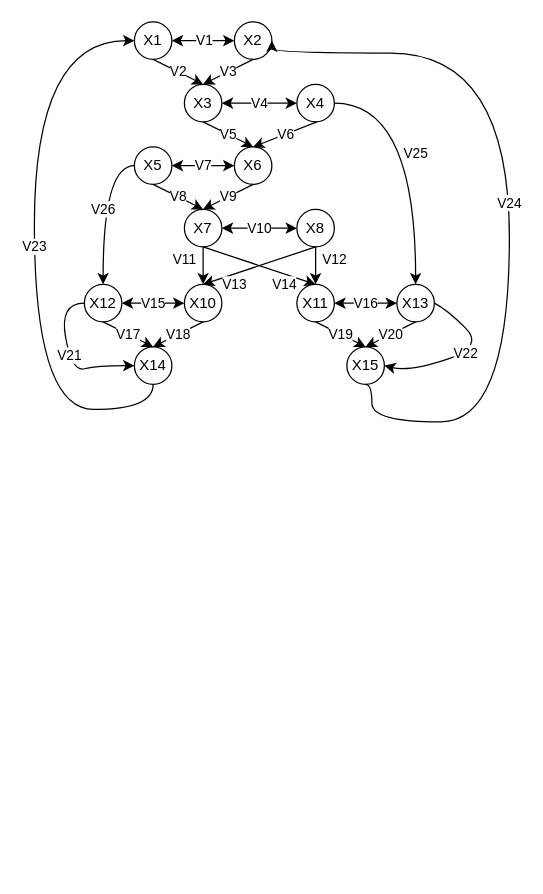
Adamarthis/labs keeps this draw.io diagram as графдискретка.drawio. Above is the earlier version. Source tidied: cells renumbered, new cells numbered last; positions are measured from the earlier drawing's top-left corner, leaving out a move shared by most shapes. Both pictures are drawn from the tidied source at 125%, with x=0, y=0 at pixel (34, 21).
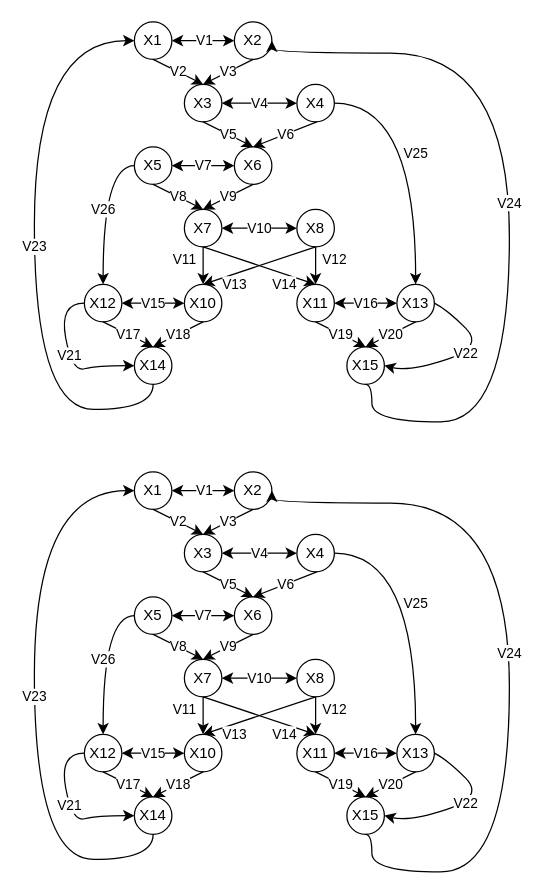
The same page after the edit.

Change to the diagram source:
```diff
@@
+    <mxCell id="43" value="X1" style="ellipse;whiteSpace=wrap;html=1;" parent="1" vertex="1">
+      <mxGeometry x="80" y="360" width="30" height="30" as="geometry" />
+    </mxCell>
+    <mxCell id="44" value="X2" style="ellipse;whiteSpace=wrap;html=1;" parent="1" vertex="1">
+      <mxGeometry x="160" y="360" width="30" height="30" as="geometry" />
+    </mxCell>
+    <mxCell id="45" value="X3" style="ellipse;whiteSpace=wrap;html=1;" parent="1" vertex="1">
+      <mxGeometry x="120" y="410" width="30" height="30" as="geometry" />
+    </mxCell>
+    <mxCell id="46" value="V25" style="edgeStyle=orthogonalEdgeStyle;rounded=0;jettySize=auto;html=1;entryX=0.5;entryY=0;entryDx=0;entryDy=0;curved=1;" parent="1" edge="1" source="47" target="56">
+      <mxGeometry relative="1" as="geometry" />
+    </mxCell>
+    <mxCell id="47" value="X4" style="ellipse;whiteSpace=wrap;html=1;" parent="1" vertex="1">
+      <mxGeometry x="210" y="410" width="30" height="30" as="geometry" />
+    </mxCell>
+    <mxCell id="48" value="X6" style="ellipse;whiteSpace=wrap;html=1;" parent="1" vertex="1">
+      <mxGeometry x="160" y="460" width="30" height="30" as="geometry" />
+    </mxCell>
+    <mxCell id="49" value="X7" style="ellipse;whiteSpace=wrap;html=1;" parent="1" vertex="1">
+      <mxGeometry x="120" y="510" width="30" height="30" as="geometry" />
+    </mxCell>
+    <mxCell id="50" value="V26" style="edgeStyle=orthogonalEdgeStyle;rounded=0;jettySize=auto;html=1;exitX=0;exitY=0.5;exitDx=0;exitDy=0;entryX=0.5;entryY=0;entryDx=0;entryDy=0;curved=1;" parent="1" edge="1" source="51" target="52">
+      <mxGeometry relative="1" as="geometry" />
+    </mxCell>
+    <mxCell id="51" value="X5" style="ellipse;whiteSpace=wrap;html=1;" parent="1" vertex="1">
+      <mxGeometry x="80" y="460" width="30" height="30" as="geometry" />
+    </mxCell>
+    <mxCell id="52" value="X12" style="ellipse;whiteSpace=wrap;html=1;" parent="1" vertex="1">
+      <mxGeometry x="40" y="570" width="30" height="30" as="geometry" />
+    </mxCell>
+    <mxCell id="53" value="V23" style="edgeStyle=orthogonalEdgeStyle;rounded=0;jettySize=auto;html=1;entryX=0;entryY=0.5;entryDx=0;entryDy=0;curved=1;exitX=0.5;exitY=1;exitDx=0;exitDy=0;" parent="1" edge="1" source="54" target="43">
+      <mxGeometry relative="1" as="geometry">
+        <Array as="points">
+          <mxPoint x="95" y="670" />
+          <mxPoint y="670" />
+          <mxPoint y="375" />
+        </Array>
+      </mxGeometry>
+    </mxCell>
+    <mxCell id="54" value="X14" style="ellipse;whiteSpace=wrap;html=1;" parent="1" vertex="1">
+      <mxGeometry x="80" y="620" width="30" height="30" as="geometry" />
+    </mxCell>
+    <mxCell id="55" value="X15" style="ellipse;whiteSpace=wrap;html=1;" parent="1" vertex="1">
+      <mxGeometry x="250" y="620" width="30" height="30" as="geometry" />
+    </mxCell>
+    <mxCell id="56" value="X13" style="ellipse;whiteSpace=wrap;html=1;" parent="1" vertex="1">
+      <mxGeometry x="290" y="570" width="30" height="30" as="geometry" />
+    </mxCell>
+    <mxCell id="57" value="X11" style="ellipse;whiteSpace=wrap;html=1;" parent="1" vertex="1">
+      <mxGeometry x="210" y="570" width="30" height="30" as="geometry" />
+    </mxCell>
+    <mxCell id="58" value="X10" style="ellipse;whiteSpace=wrap;html=1;" parent="1" vertex="1">
+      <mxGeometry x="120" y="570" width="30" height="30" as="geometry" />
+    </mxCell>
+    <mxCell id="59" value="X8" style="ellipse;whiteSpace=wrap;html=1;" parent="1" vertex="1">
+      <mxGeometry x="210" y="510" width="30" height="30" as="geometry" />
+    </mxCell>
+    <mxCell id="60" style="endArrow=classic;startArrow=classic;html=1;rounded=0;exitX=1;exitY=0.5;exitDx=0;exitDy=0;entryX=0;entryY=0.5;entryDx=0;entryDy=0;" parent="1" edge="1" source="43" target="44">
+      <mxGeometry relative="1" as="geometry" />
+    </mxCell>
+    <mxCell id="61" value="V1" style="edgeLabel;html=1;align=center;verticalAlign=middle;" parent="60" vertex="1">
+      <mxGeometry x="-0.02" y="1" relative="1" as="geometry" />
+    </mxCell>
+    <mxCell id="62" value="V2" style="endArrow=classic;html=1;rounded=0;exitX=0.5;exitY=1;exitDx=0;exitDy=0;entryX=0.5;entryY=0;entryDx=0;entryDy=0;" parent="1" edge="1" source="43" target="45">
+      <mxGeometry relative="1" as="geometry" />
+    </mxCell>
+    <mxCell id="63" value="V3" style="endArrow=classic;html=1;rounded=0;exitX=0.5;exitY=1;exitDx=0;exitDy=0;entryX=0.5;entryY=0;entryDx=0;entryDy=0;" parent="1" edge="1" source="44" target="45">
+      <mxGeometry relative="1" as="geometry" />
+    </mxCell>
+    <mxCell id="64" value="V4" style="endArrow=classic;startArrow=classic;html=1;rounded=0;entryX=0;entryY=0.5;entryDx=0;entryDy=0;exitX=1;exitY=0.5;exitDx=0;exitDy=0;" parent="1" edge="1" source="45" target="47">
+      <mxGeometry relative="1" as="geometry" />
+    </mxCell>
+    <mxCell id="65" value="V5" style="endArrow=classic;html=1;rounded=0;exitX=0.5;exitY=1;exitDx=0;exitDy=0;entryX=0.5;entryY=0;entryDx=0;entryDy=0;" parent="1" edge="1" source="45" target="48">
+      <mxGeometry relative="1" as="geometry" />
+    </mxCell>
+    <mxCell id="66" value="V6" style="endArrow=classic;html=1;rounded=0;entryX=0.5;entryY=0;entryDx=0;entryDy=0;exitX=0.533;exitY=1;exitDx=0;exitDy=0;exitPerimeter=0;" parent="1" edge="1" source="47" target="48">
+      <mxGeometry relative="1" as="geometry" />
+    </mxCell>
+    <mxCell id="67" value="V7" style="endArrow=classic;startArrow=classic;html=1;rounded=0;exitX=1;exitY=0.5;exitDx=0;exitDy=0;entryX=0;entryY=0.5;entryDx=0;entryDy=0;" parent="1" edge="1" source="51" target="48">
+      <mxGeometry relative="1" as="geometry" />
+    </mxCell>
+    <mxCell id="68" value="V8" style="endArrow=classic;html=1;rounded=0;exitX=0.5;exitY=1;exitDx=0;exitDy=0;entryX=0.5;entryY=0;entryDx=0;entryDy=0;" parent="1" edge="1" source="51" target="49">
+      <mxGeometry relative="1" as="geometry" />
+    </mxCell>
+    <mxCell id="69" value="V9" style="endArrow=classic;html=1;rounded=0;exitX=0.5;exitY=1;exitDx=0;exitDy=0;entryX=0.5;entryY=0;entryDx=0;entryDy=0;" parent="1" edge="1" source="48" target="49">
+      <mxGeometry relative="1" as="geometry" />
+    </mxCell>
+    <mxCell id="70" value="V10" style="endArrow=classic;startArrow=classic;html=1;rounded=0;exitX=1;exitY=0.5;exitDx=0;exitDy=0;entryX=0;entryY=0.5;entryDx=0;entryDy=0;" parent="1" edge="1" source="49" target="59">
+      <mxGeometry relative="1" as="geometry" />
+    </mxCell>
+    <mxCell id="71" value="V16" style="endArrow=classic;startArrow=classic;html=1;rounded=0;exitX=1;exitY=0.5;exitDx=0;exitDy=0;entryX=0;entryY=0.5;entryDx=0;entryDy=0;" parent="1" edge="1" source="57" target="56">
+      <mxGeometry relative="1" as="geometry" />
+    </mxCell>
+    <mxCell id="72" value="V14" style="endArrow=classic;html=1;rounded=0;entryX=0.5;entryY=0;entryDx=0;entryDy=0;exitX=0.5;exitY=1;exitDx=0;exitDy=0;" parent="1" edge="1" source="49" target="57">
+      <mxGeometry x="0.5" y="-8" relative="1" as="geometry" />
+    </mxCell>
+    <mxCell id="73" value="V13" style="endArrow=classic;html=1;rounded=0;entryX=0.5;entryY=0;entryDx=0;entryDy=0;exitX=0.5;exitY=1;exitDx=0;exitDy=0;" parent="1" edge="1" source="59" target="58">
+      <mxGeometry x="0.5" y="8" relative="1" as="geometry" />
+    </mxCell>
+    <mxCell id="74" value="V11" style="endArrow=classic;html=1;rounded=0;entryX=0.5;entryY=0;entryDx=0;entryDy=0;exitX=0.5;exitY=1;exitDx=0;exitDy=0;" parent="1" edge="1" source="49" target="58">
+      <mxGeometry x="-0.33" y="-15" relative="1" as="geometry" />
+    </mxCell>
+    <mxCell id="75" value="V12" style="endArrow=classic;html=1;rounded=0;entryX=0.5;entryY=0;entryDx=0;entryDy=0;exitX=0.5;exitY=1;exitDx=0;exitDy=0;" parent="1" edge="1" source="59" target="57">
+      <mxGeometry x="-0.31" y="15" relative="1" as="geometry" />
+    </mxCell>
+    <mxCell id="76" value="V15" style="endArrow=classic;startArrow=classic;html=1;rounded=0;exitX=1;exitY=0.5;exitDx=0;exitDy=0;entryX=0;entryY=0.5;entryDx=0;entryDy=0;" parent="1" edge="1" source="52" target="58">
+      <mxGeometry relative="1" as="geometry" />
+    </mxCell>
+    <mxCell id="77" value="V18" style="endArrow=classic;html=1;rounded=0;entryX=0.5;entryY=0;entryDx=0;entryDy=0;exitX=0.5;exitY=1;exitDx=0;exitDy=0;" parent="1" edge="1" source="58" target="54">
+      <mxGeometry relative="1" as="geometry" />
+    </mxCell>
+    <mxCell id="78" value="V17" style="endArrow=classic;html=1;rounded=0;exitX=0.5;exitY=1;exitDx=0;exitDy=0;entryX=0.5;entryY=0;entryDx=0;entryDy=0;" parent="1" edge="1" source="52" target="54">
+      <mxGeometry relative="1" as="geometry" />
+    </mxCell>
+    <mxCell id="79" value="V20" style="endArrow=classic;html=1;rounded=0;entryX=0.5;entryY=0;entryDx=0;entryDy=0;exitX=0.5;exitY=1;exitDx=0;exitDy=0;" parent="1" edge="1" source="56" target="55">
+      <mxGeometry relative="1" as="geometry" />
+    </mxCell>
+    <mxCell id="80" value="V19" style="endArrow=classic;html=1;rounded=0;entryX=0.5;entryY=0;entryDx=0;entryDy=0;exitX=0.5;exitY=1;exitDx=0;exitDy=0;" parent="1" edge="1" source="57" target="55">
+      <mxGeometry relative="1" as="geometry" />
+    </mxCell>
+    <mxCell id="81" value="V21" style="curved=1;endArrow=classic;html=1;rounded=0;entryX=0;entryY=0.5;entryDx=0;entryDy=0;exitX=0;exitY=0.5;exitDx=0;exitDy=0;" parent="1" edge="1" source="52" target="54">
+      <mxGeometry relative="1" as="geometry">
+        <Array as="points">
+          <mxPoint x="20" y="585" />
+          <mxPoint x="30" y="640" />
+          <mxPoint x="50" y="635" />
+        </Array>
+      </mxGeometry>
+    </mxCell>
+    <mxCell id="82" value="V22" style="curved=1;endArrow=classic;html=1;rounded=0;entryX=1;entryY=0.5;entryDx=0;entryDy=0;exitX=1;exitY=0.5;exitDx=0;exitDy=0;" parent="1" edge="1" source="56" target="55">
+      <mxGeometry relative="1" as="geometry">
+        <Array as="points">
+          <mxPoint x="330" y="590" />
+          <mxPoint x="360" y="620" />
+          <mxPoint x="300" y="640" />
+        </Array>
+      </mxGeometry>
+    </mxCell>
+    <mxCell id="83" value="V24" style="edgeStyle=orthogonalEdgeStyle;rounded=0;jettySize=auto;html=1;entryX=1;entryY=0.5;entryDx=0;entryDy=0;curved=1;exitX=0.5;exitY=1;exitDx=0;exitDy=0;" parent="1" edge="1" source="55" target="44">
+      <mxGeometry relative="1" as="geometry">
+        <Array as="points">
+          <mxPoint x="270" y="650" />
+          <mxPoint x="270" y="680" />
+          <mxPoint x="380" y="680" />
+          <mxPoint x="380" y="385" />
+          <mxPoint x="190" y="385" />
+        </Array>
+      </mxGeometry>
+    </mxCell>
```
